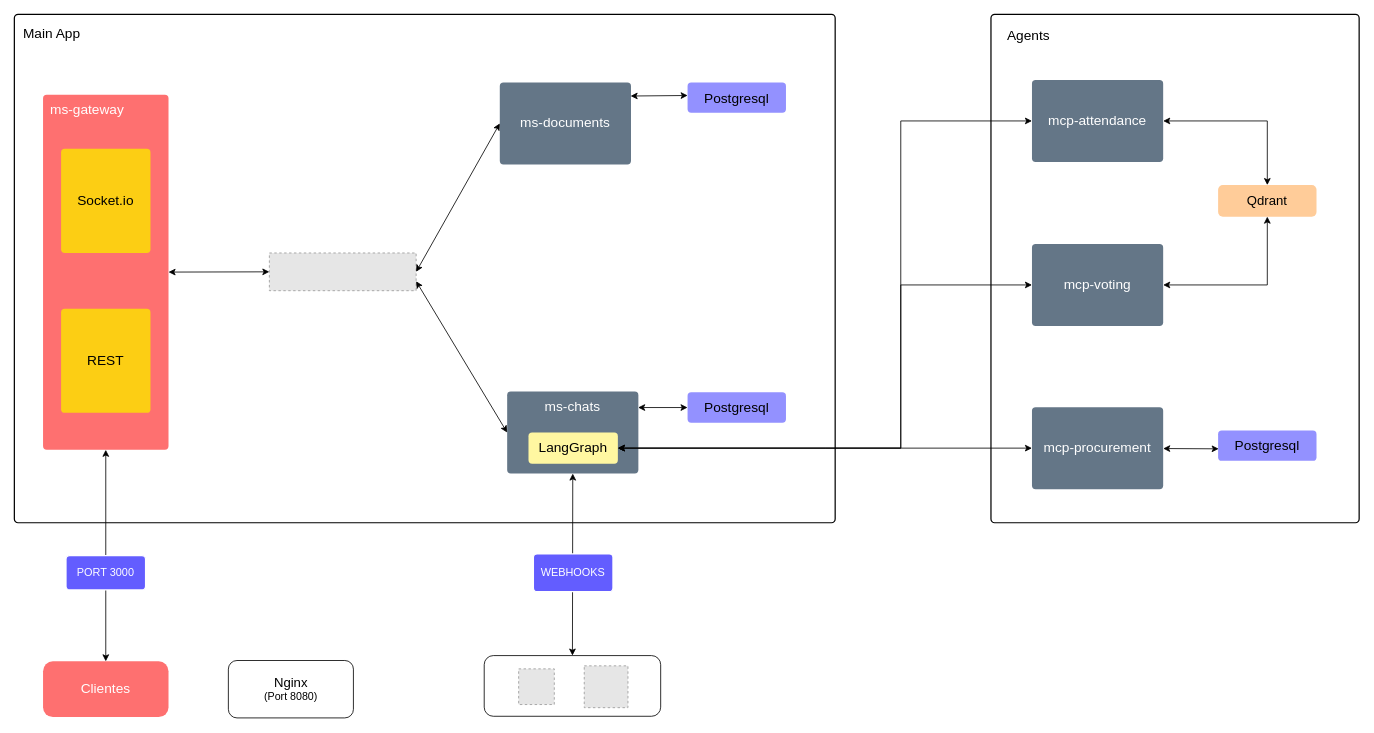
The draw.io diagram others/architecture/z_basic.drawio in NahumFGz/tesismaestriauni-launcher, before the edit. Source tidied: cells renumbered, new cells numbered last; positions are measured from the earlier drawing's top-left corner, leaving out a move shared by most shapes. Both pictures are drawn from the tidied source at 82%, with x=0, y=0 at pixel (14, 14). Pictures stored in the file or linked from it are replaced by grey dashed boxes.
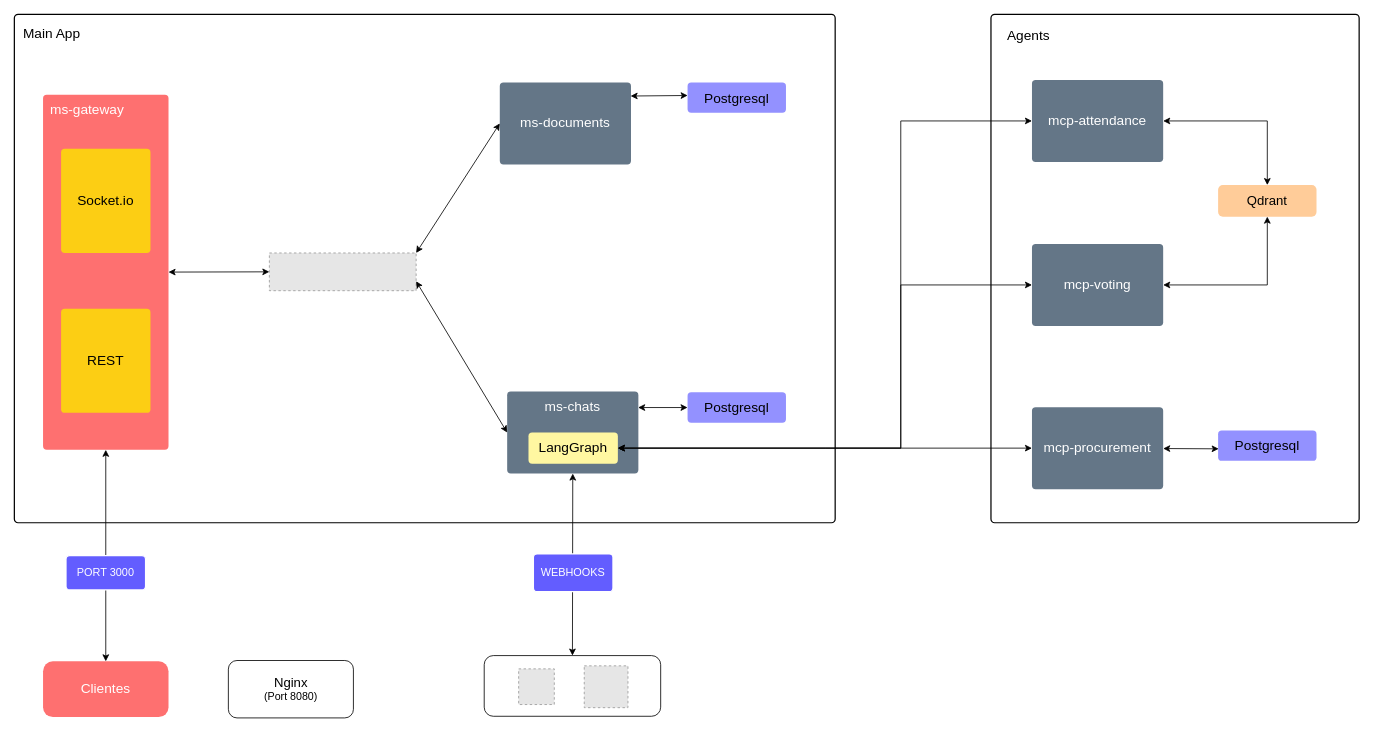
Above is the later version.

Unchanged cells that the change refers to:
```xml
<mxCell id="21" value="ms-documents" style="html=1;overflow=block;blockSpacing=1;whiteSpace=wrap;fontSize=16.7;fontColor=#ffffff;fontStyle=0;align=center;spacing=9;verticalAlign=middle;strokeOpacity=0;fillOpacity=100;rounded=1;absoluteArcSize=1;arcSize=9;fillColor=#647687;strokeWidth=1.5;lucidId=zFLcMGYKQzSj;strokeColor=#314354;" parent="1" vertex="1">
  <mxGeometry x="592" y="83" width="160" height="100" as="geometry" />
</mxCell>
<mxCell id="23" style="fillColor=#E6E6E6;strokeColor=#999999;dashed=1;html=1;whiteSpace=wrap;fontSize=13;spacing=0;fontStyle=0;" parent="1" vertex="1">
  <mxGeometry x="311" y="291" width="179" height="46" as="geometry" />
</mxCell>
```

The edit, as a diff of the source:
```diff
@@
-    <mxCell id="25" style="endArrow=classic;startArrow=classic;html=1;rounded=0;entryX=0;entryY=0.5;entryDx=0;entryDy=0;exitX=1;exitY=0.5;exitDx=0;exitDy=0;flowAnimation=1;" parent="1" edge="1" source="23" target="21">
+    <mxCell id="25" style="endArrow=classic;startArrow=classic;html=1;rounded=0;entryX=0;entryY=0.5;entryDx=0;entryDy=0;exitX=1;exitY=0;exitDx=0;exitDy=0;flowAnimation=1;" parent="1" edge="1" source="23" target="21">
       <mxGeometry relative="1" as="geometry" />
     </mxCell>
```
